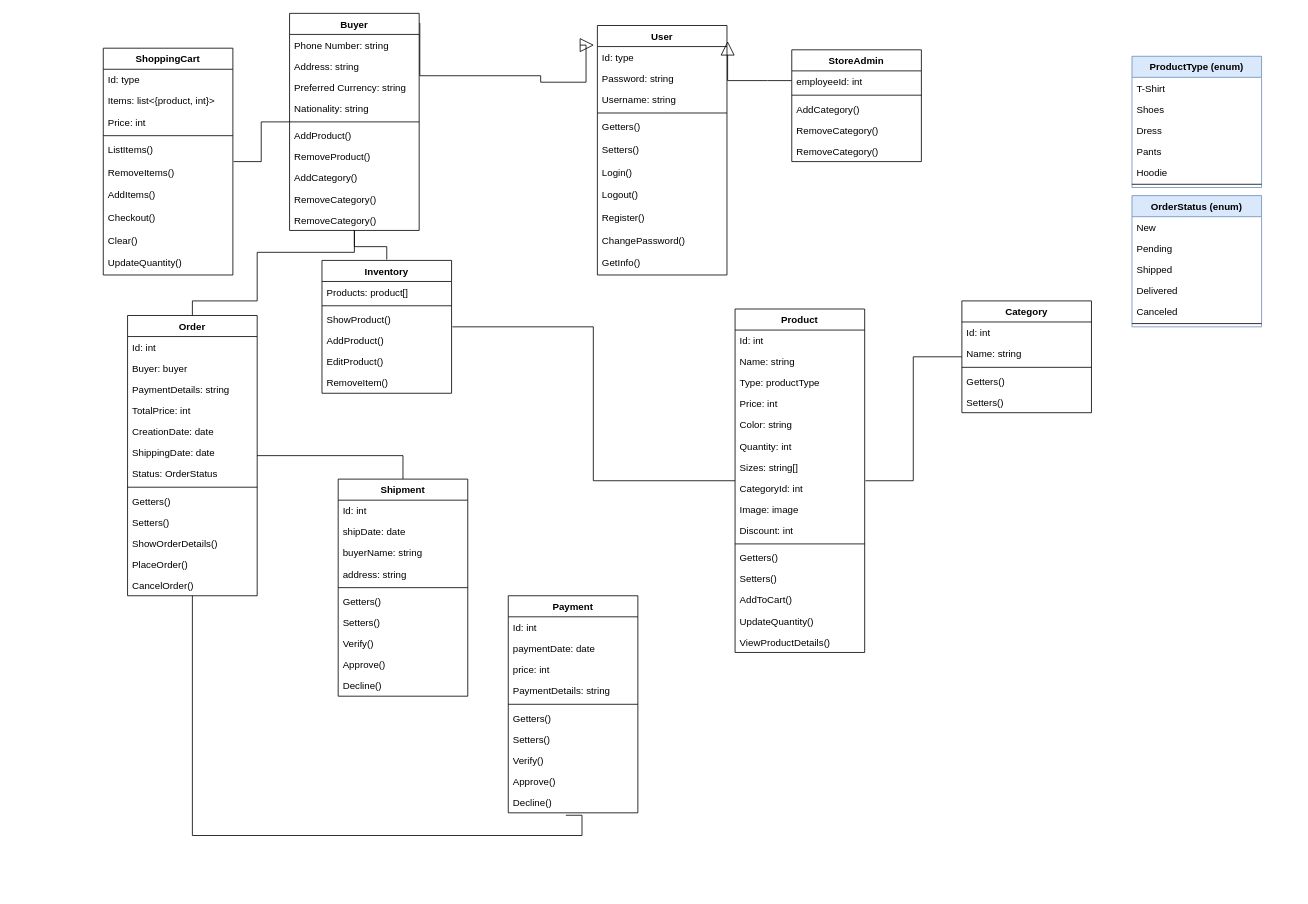
kokolight/EuroleagueAnalysis keeps this draw.io diagram as docs/ClassDiagram.drawio. Above is the earlier version. Source tidied: cells renumbered, new cells numbered last; positions are measured from the earlier drawing's top-left corner, leaving out a move shared by most shapes. Both pictures are drawn from the tidied source at 81%, with x=0, y=0 at pixel (103, 13).
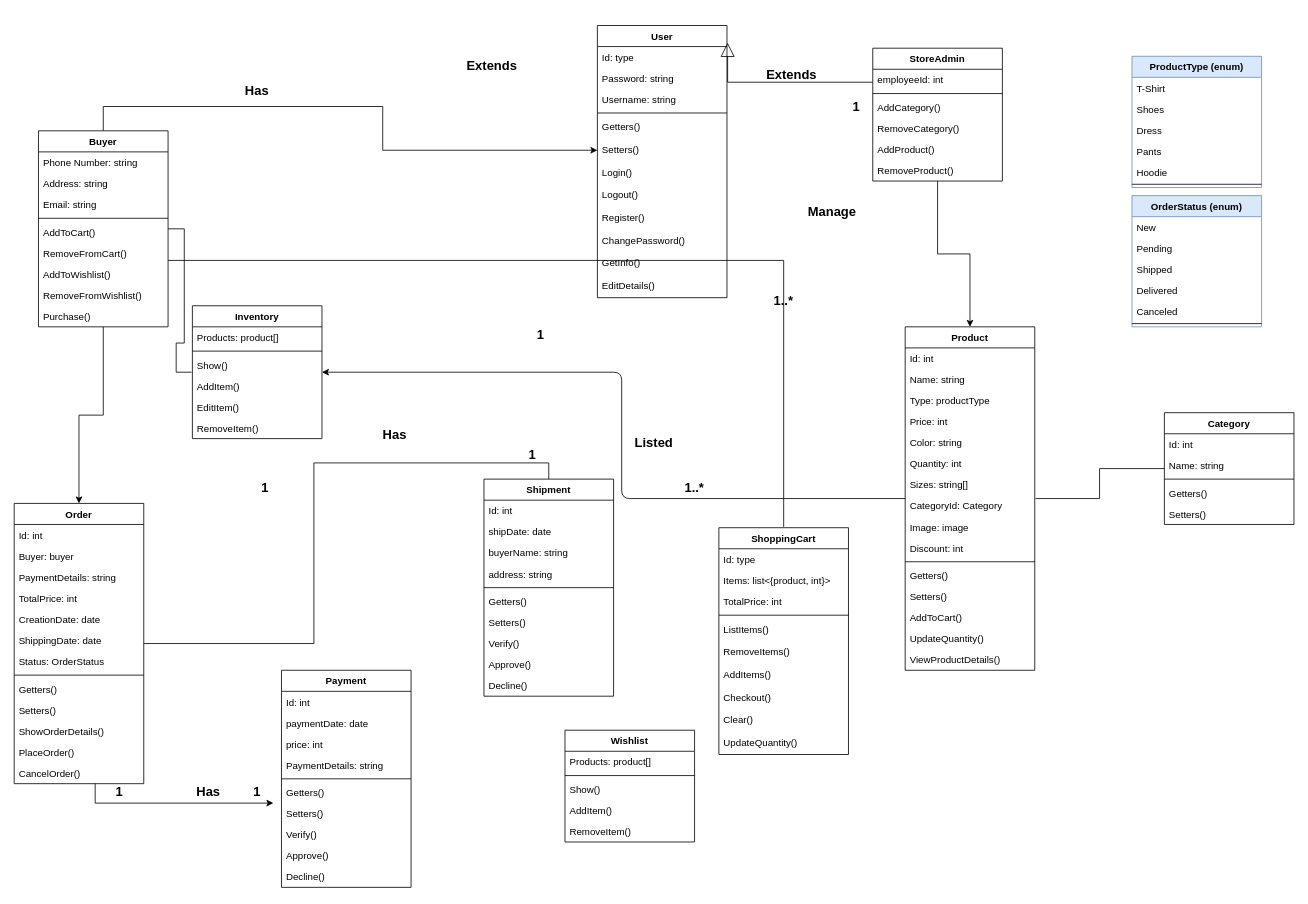
The same page after the edit.

The change refers to these unchanged cells:
```xml
<mxCell id="3" value="Id: type" style="text;strokeColor=none;fillColor=none;align=left;verticalAlign=top;spacingLeft=4;spacingRight=4;overflow=hidden;points=[[0,0.5],[1,0.5]];portConstraint=eastwest;" parent="2" vertex="1">
  <mxGeometry y="26" width="160" height="26" as="geometry" />
</mxCell>
<mxCell id="105" value="Decline()" style="text;align=left;verticalAlign=top;spacingLeft=4;spacingRight=4;overflow=hidden;points=[[0,0.5],[1,0.5]];portConstraint=eastwest;" parent="95" vertex="1">
  <mxGeometry y="242" width="160" height="26" as="geometry" />
</mxCell>
```

The edit, as a diff of the source:
```diff
@@
-    <mxCell id="2" value="User" style="swimlane;fontStyle=1;align=center;verticalAlign=top;horizontal=1;startSize=26;fontSize=12;" parent="1" vertex="1">
-      <mxGeometry x="610" y="15" width="160" height="308" as="geometry" />
+    <mxCell id="2" value="User" style="swimlane;fontStyle=1;align=center;verticalAlign=top;horizontal=1;startSize=26;fontSize=12;fillColor=#FFFFFF;swimlaneLine=1;rounded=0;glass=0;shadow=0;sketch=0;" parent="1" vertex="1">
+      <mxGeometry x="610" y="15" width="160" height="336" as="geometry" />
     </mxCell>
@@
+    <mxCell id="131" value="EditDetails()&#10;" style="text;strokeColor=none;fillColor=none;align=left;verticalAlign=top;spacingLeft=4;spacingRight=4;overflow=hidden;" parent="2" vertex="1">
+      <mxGeometry y="308" width="160" height="28" as="geometry" />
+    </mxCell>
     <mxCell id="14" value="ShoppingCart" style="swimlane;fontStyle=1;align=center;verticalAlign=top;horizontal=1;startSize=26;fontSize=12;" parent="1" vertex="1">
-      <mxGeometry y="43" width="160" height="280" as="geometry" />
+      <mxGeometry x="760" y="635" width="160" height="280" as="geometry" />
     </mxCell>
@@
-    <mxCell id="17" value="Price: int" style="text;strokeColor=none;fillColor=none;align=left;verticalAlign=top;spacingLeft=4;spacingRight=4;overflow=hidden;" parent="14" vertex="1">
+    <mxCell id="17" value="TotalPrice: int" style="text;strokeColor=none;fillColor=none;align=left;verticalAlign=top;spacingLeft=4;spacingRight=4;overflow=hidden;" parent="14" vertex="1">
       <mxGeometry y="78" width="160" height="26" as="geometry" />
     </mxCell>
@@
-    <mxCell id="25" value="Inventory" style="swimlane;fontStyle=1;align=center;verticalAlign=top;horizontal=1;startSize=26;fontSize=12;" parent="1" vertex="1">
-      <mxGeometry x="270" y="305" width="160" height="164" as="geometry" />
+    <mxCell id="25" value="Inventory" style="swimlane;fontStyle=1;align=center;verticalAlign=top;horizontal=1;startSize=26;fontSize=12;glass=0;" parent="1" vertex="1">
+      <mxGeometry x="110" y="361" width="160" height="164" as="geometry" />
     </mxCell>
@@
-    <mxCell id="28" value="ShowProduct()" style="text;strokeColor=none;fillColor=none;align=left;verticalAlign=top;spacingLeft=4;spacingRight=4;overflow=hidden;" parent="25" vertex="1">
+    <mxCell id="28" value="Show()" style="text;strokeColor=none;fillColor=none;align=left;verticalAlign=top;spacingLeft=4;spacingRight=4;overflow=hidden;" parent="25" vertex="1">
       <mxGeometry y="60" width="160" height="26" as="geometry" />
     </mxCell>
-    <mxCell id="29" value="AddProduct()" style="text;strokeColor=none;fillColor=none;align=left;verticalAlign=top;spacingLeft=4;spacingRight=4;overflow=hidden;" parent="25" vertex="1">
+    <mxCell id="29" value="AddItem()" style="text;strokeColor=none;fillColor=none;align=left;verticalAlign=top;spacingLeft=4;spacingRight=4;overflow=hidden;" parent="25" vertex="1">
       <mxGeometry y="86" width="160" height="26" as="geometry" />
     </mxCell>
-    <mxCell id="30" value="EditProduct()" style="text;strokeColor=none;fillColor=none;align=left;verticalAlign=top;spacingLeft=4;spacingRight=4;overflow=hidden;" parent="25" vertex="1">
+    <mxCell id="30" value="EditItem()" style="text;strokeColor=none;fillColor=none;align=left;verticalAlign=top;spacingLeft=4;spacingRight=4;overflow=hidden;" parent="25" vertex="1">
       <mxGeometry y="112" width="160" height="26" as="geometry" />
     </mxCell>
@@
-    <mxCell id="32" style="edgeStyle=orthogonalEdgeStyle;rounded=0;jettySize=auto;html=1;fontSize=12;startArrow=none;startFill=0;endArrow=none;endFill=0;startSize=15;endSize=15;targetPerimeterSpacing=1;strokeWidth=1;" parent="1" edge="1" source="33" target="25">
-      <mxGeometry relative="1" as="geometry" />
+    <mxCell id="32" style="jettySize=auto;html=1;fontSize=16;elbow=vertical;edgeStyle=orthogonalEdgeStyle;rounded=1;" parent="1" edge="1" source="33" target="25">
+      <mxGeometry relative="1" as="geometry">
+        <Array as="points">
+          <mxPoint x="640" y="599" />
+          <mxPoint x="640" y="443" />
+        </Array>
+      </mxGeometry>
     </mxCell>
     <mxCell id="33" value="Product" style="swimlane;fontStyle=1;align=center;verticalAlign=top;horizontal=1;startSize=26;fontSize=12;" parent="1" vertex="1">
-      <mxGeometry x="780" y="365" width="160" height="424" as="geometry" />
+      <mxGeometry x="990" y="387" width="160" height="424" as="geometry" />
     </mxCell>
@@
-    <mxCell id="41" value="CategoryId: int" style="text;align=left;verticalAlign=top;spacingLeft=4;spacingRight=4;overflow=hidden;rounded=0;shadow=0;html=0;" parent="33" vertex="1">
+    <mxCell id="41" value="CategoryId: Category" style="text;align=left;verticalAlign=top;spacingLeft=4;spacingRight=4;overflow=hidden;rounded=0;shadow=0;html=0;" parent="33" vertex="1">
       <mxGeometry y="208" width="160" height="26" as="geometry" />
     </mxCell>
@@
     <mxCell id="50" style="edgeStyle=orthogonalEdgeStyle;rounded=0;jettySize=auto;html=1;entryX=1.005;entryY=0.063;entryDx=0;entryDy=0;entryPerimeter=0;fontSize=12;startArrow=none;endArrow=block;endFill=0;endSize=15;strokeWidth=1;" parent="1" edge="1" source="51" target="2">
       <mxGeometry relative="1" as="geometry">
         <Array as="points">
-          <mxPoint x="820" y="83" />
-          <mxPoint x="820" y="83" />
+          <mxPoint x="771" y="85" />
         </Array>
       </mxGeometry>
     </mxCell>
+    <mxCell id="132" style="edgeStyle=orthogonalEdgeStyle;rounded=0;jettySize=auto;html=1;fontSize=16;" parent="1" edge="1" source="51" target="33">
+      <mxGeometry relative="1" as="geometry" />
+    </mxCell>
     <mxCell id="51" value="StoreAdmin" style="swimlane;fontStyle=1;align=center;verticalAlign=top;horizontal=1;startSize=26;fontSize=12;" parent="1" vertex="1">
-      <mxGeometry x="850" y="45" width="160" height="138" as="geometry" />
+      <mxGeometry x="950" y="43" width="160" height="164" as="geometry" />
     </mxCell>
@@
-    <mxCell id="56" value="RemoveCategory()" style="text;strokeColor=none;fillColor=none;align=left;verticalAlign=top;spacingLeft=4;spacingRight=4;overflow=hidden;" parent="51" vertex="1">
+    <mxCell id="56" value="AddProduct()" style="text;strokeColor=none;fillColor=none;align=left;verticalAlign=top;spacingLeft=4;spacingRight=4;overflow=hidden;" parent="51" vertex="1">
       <mxGeometry y="112" width="160" height="26" as="geometry" />
     </mxCell>
-    <mxCell id="57" style="edgeStyle=orthogonalEdgeStyle;rounded=0;jettySize=auto;html=1;entryX=-0.026;entryY=-0.071;entryDx=0;entryDy=0;entryPerimeter=0;fontSize=12;endArrow=block;endFill=0;strokeWidth=1;endSize=15;exitX=1.005;exitY=0.044;exitDx=0;exitDy=0;exitPerimeter=0;" parent="1" edge="1" source="61" target="3">
-      <mxGeometry relative="1" as="geometry">
-        <Array as="points">
-          <mxPoint x="540" y="77" />
-          <mxPoint x="540" y="85" />
-          <mxPoint x="596" y="85" />
-        </Array>
-      </mxGeometry>
-    </mxCell>
+    <mxCell id="68" value="RemoveProduct()" style="text;strokeColor=none;fillColor=none;align=left;verticalAlign=top;spacingLeft=4;spacingRight=4;overflow=hidden;" parent="51" vertex="1">
+      <mxGeometry y="138" width="160" height="26" as="geometry" />
+    </mxCell>
@@
     <mxCell id="59" style="edgeStyle=orthogonalEdgeStyle;rounded=0;jettySize=auto;html=1;fontSize=12;startArrow=none;startFill=0;endArrow=none;endFill=0;startSize=15;endSize=15;targetPerimeterSpacing=1;strokeWidth=1;" parent="1" edge="1" source="61" target="14">
-      <mxGeometry relative="1" as="geometry" />
+      <mxGeometry relative="1" as="geometry">
+        <Array as="points">
+          <mxPoint x="840" y="305" />
+        </Array>
+      </mxGeometry>
     </mxCell>
-    <mxCell id="60" style="edgeStyle=orthogonalEdgeStyle;rounded=0;jettySize=auto;html=1;entryX=0.5;entryY=0;entryDx=0;entryDy=0;fontSize=12;startArrow=none;startFill=0;endArrow=none;endFill=0;startSize=15;endSize=15;targetPerimeterSpacing=1;strokeWidth=1;" parent="1" edge="1" source="61" target="81">
-      <mxGeometry relative="1" as="geometry">
-        <Array as="points">
-          <mxPoint x="310" y="295" />
-          <mxPoint x="190" y="295" />
-          <mxPoint x="190" y="355" />
-          <mxPoint x="110" y="355" />
-        </Array>
-      </mxGeometry>
+    <mxCell id="60" style="edgeStyle=orthogonalEdgeStyle;rounded=0;jettySize=auto;html=1;fontSize=16;" parent="1" edge="1" source="61" target="81">
+      <mxGeometry relative="1" as="geometry" />
     </mxCell>
+    <mxCell id="133" style="edgeStyle=orthogonalEdgeStyle;rounded=0;jettySize=auto;html=1;fontSize=16;" parent="1" edge="1" source="61" target="2">
+      <mxGeometry relative="1" as="geometry">
+        <Array as="points">
+          <mxPoint y="115" />
+          <mxPoint x="345" y="115" />
+          <mxPoint x="345" y="169" />
+        </Array>
+      </mxGeometry>
+    </mxCell>
     <mxCell id="61" value="Buyer" style="swimlane;fontStyle=1;align=center;verticalAlign=top;horizontal=1;startSize=26;fontSize=12;" parent="1" vertex="1">
-      <mxGeometry x="230" width="160" height="268" as="geometry" />
+      <mxGeometry x="-80" y="145" width="160" height="242" as="geometry" />
     </mxCell>
@@
-    <mxCell id="64" value="Preferred Currency: string" style="text;align=left;verticalAlign=top;spacingLeft=4;spacingRight=4;overflow=hidden;html=0;fontSize=12;" parent="61" vertex="1">
-      <mxGeometry y="78" width="160" height="26" as="geometry" />
-    </mxCell>
-    <mxCell id="65" value="Nationality: string" style="text;align=left;verticalAlign=top;spacingLeft=4;spacingRight=4;overflow=hidden;html=0;fontSize=12;" parent="61" vertex="1">
-      <mxGeometry y="104" width="160" height="26" as="geometry" />
-    </mxCell>
+    <mxCell id="134" value="Email: string&#10;" style="text;align=left;verticalAlign=top;spacingLeft=4;spacingRight=4;overflow=hidden;html=0;fontSize=12;" parent="61" vertex="1">
+      <mxGeometry y="78" width="160" height="26" as="geometry" />
+    </mxCell>
     <mxCell id="66" style="line;strokeWidth=1;fillColor=none;align=left;verticalAlign=middle;spacingTop=-1;spacingLeft=3;spacingRight=3;labelPosition=right;" parent="61" vertex="1">
-      <mxGeometry y="130" width="160" height="8" as="geometry" />
+      <mxGeometry y="104" width="160" height="8" as="geometry" />
     </mxCell>
-    <mxCell id="67" value="AddProduct()" style="text;strokeColor=none;fillColor=none;align=left;verticalAlign=top;spacingLeft=4;spacingRight=4;overflow=hidden;" parent="61" vertex="1">
-      <mxGeometry y="138" width="160" height="26" as="geometry" />
-    </mxCell>
-    <mxCell id="68" value="RemoveProduct()" style="text;strokeColor=none;fillColor=none;align=left;verticalAlign=top;spacingLeft=4;spacingRight=4;overflow=hidden;" parent="61" vertex="1">
-      <mxGeometry y="164" width="160" height="26" as="geometry" />
-    </mxCell>
-    <mxCell id="69" value="AddCategory()" style="text;strokeColor=none;fillColor=none;align=left;verticalAlign=top;spacingLeft=4;spacingRight=4;overflow=hidden;" parent="61" vertex="1">
-      <mxGeometry y="190" width="160" height="26" as="geometry" />
-    </mxCell>
-    <mxCell id="70" value="RemoveCategory()" style="text;strokeColor=none;fillColor=none;align=left;verticalAlign=top;spacingLeft=4;spacingRight=4;overflow=hidden;" parent="61" vertex="1">
-      <mxGeometry y="216" width="160" height="26" as="geometry" />
-    </mxCell>
-    <mxCell id="71" value="RemoveCategory()" style="text;strokeColor=none;fillColor=none;align=left;verticalAlign=top;spacingLeft=4;spacingRight=4;overflow=hidden;" parent="61" vertex="1">
-      <mxGeometry y="242" width="160" height="26" as="geometry" />
-    </mxCell>
+    <mxCell id="135" value="AddToCart()" style="text;align=left;verticalAlign=top;spacingLeft=4;spacingRight=4;overflow=hidden;html=0;fontSize=12;" parent="61" vertex="1">
+      <mxGeometry y="112" width="160" height="26" as="geometry" />
+    </mxCell>
+    <mxCell id="136" value="RemoveFromCart()" style="text;align=left;verticalAlign=top;spacingLeft=4;spacingRight=4;overflow=hidden;html=0;fontSize=12;" parent="61" vertex="1">
+      <mxGeometry y="138" width="160" height="26" as="geometry" />
+    </mxCell>
+    <mxCell id="137" value="AddToWishlist()" style="text;align=left;verticalAlign=top;spacingLeft=4;spacingRight=4;overflow=hidden;html=0;fontSize=12;" parent="61" vertex="1">
+      <mxGeometry y="164" width="160" height="26" as="geometry" />
+    </mxCell>
+    <mxCell id="138" value="RemoveFromWishlist()" style="text;align=left;verticalAlign=top;spacingLeft=4;spacingRight=4;overflow=hidden;html=0;fontSize=12;" parent="61" vertex="1">
+      <mxGeometry y="190" width="160" height="26" as="geometry" />
+    </mxCell>
+    <mxCell id="139" value="Purchase()" style="text;align=left;verticalAlign=top;spacingLeft=4;spacingRight=4;overflow=hidden;html=0;fontSize=12;" parent="61" vertex="1">
+      <mxGeometry y="216" width="160" height="26" as="geometry" />
+    </mxCell>
@@
     <mxCell id="73" value="Category" style="swimlane;fontStyle=1;align=center;verticalAlign=top;horizontal=1;startSize=26;fontSize=12;" parent="1" vertex="1">
-      <mxGeometry x="1060" y="355" width="160" height="138" as="geometry" />
+      <mxGeometry x="1310" y="493" width="160" height="138" as="geometry" />
     </mxCell>
@@
-    <mxCell id="80" style="edgeStyle=orthogonalEdgeStyle;rounded=0;jettySize=auto;html=1;entryX=0.444;entryY=1.115;entryDx=0;entryDy=0;entryPerimeter=0;fontSize=12;startArrow=none;startFill=0;endArrow=none;endFill=0;startSize=15;endSize=15;targetPerimeterSpacing=1;strokeWidth=1;" parent="1" edge="1" source="81" target="105">
-      <mxGeometry relative="1" as="geometry">
-        <Array as="points">
-          <mxPoint x="110" y="1015" />
-          <mxPoint x="591" y="1015" />
-        </Array>
-      </mxGeometry>
-    </mxCell>
+    <mxCell id="140" style="edgeStyle=orthogonalEdgeStyle;rounded=0;jettySize=auto;html=1;fontSize=16;" parent="1" edge="1" source="81">
+      <mxGeometry relative="1" as="geometry">
+        <mxPoint x="210" y="975" as="targetPoint" />
+        <Array as="points">
+          <mxPoint x="-10" y="845" />
+        </Array>
+      </mxGeometry>
+    </mxCell>
     <mxCell id="81" value="Order" style="swimlane;fontStyle=1;align=center;verticalAlign=top;horizontal=1;startSize=26;fontSize=12;" parent="1" vertex="1">
-      <mxGeometry x="30" y="373" width="160" height="346" as="geometry" />
+      <mxGeometry x="-110" y="605" width="160" height="346" as="geometry" />
     </mxCell>
@@
     <mxCell id="95" value="Payment" style="swimlane;fontStyle=1;align=center;verticalAlign=top;horizontal=1;startSize=26;fontSize=12;" parent="1" vertex="1">
-      <mxGeometry x="500" y="719" width="160" height="268" as="geometry" />
+      <mxGeometry x="220" y="811" width="160" height="268" as="geometry" />
     </mxCell>
@@
     <mxCell id="106" value="Shipment" style="swimlane;fontStyle=1;align=center;verticalAlign=top;horizontal=1;startSize=26;fontSize=12;" parent="1" vertex="1">
-      <mxGeometry x="290" y="575" width="160" height="268" as="geometry" />
+      <mxGeometry x="470" y="575" width="160" height="268" as="geometry" />
     </mxCell>
@@
+    <mxCell id="141" value="Wishlist" style="swimlane;fontStyle=1;align=center;verticalAlign=top;horizontal=1;startSize=26;fontSize=12;" parent="1" vertex="1">
+      <mxGeometry x="570" y="885" width="160" height="138" as="geometry" />
+    </mxCell>
+    <mxCell id="142" value="Products: product[]" style="text;strokeColor=none;fillColor=none;align=left;verticalAlign=top;spacingLeft=4;spacingRight=4;overflow=hidden;" parent="141" vertex="1">
+      <mxGeometry y="26" width="160" height="26" as="geometry" />
+    </mxCell>
+    <mxCell id="143" style="line;strokeWidth=1;fillColor=none;align=left;verticalAlign=middle;spacingTop=-1;spacingLeft=3;spacingRight=3;labelPosition=right;" parent="141" vertex="1">
+      <mxGeometry y="52" width="160" height="8" as="geometry" />
+    </mxCell>
+    <mxCell id="144" value="Show()" style="text;strokeColor=none;fillColor=none;align=left;verticalAlign=top;spacingLeft=4;spacingRight=4;overflow=hidden;" parent="141" vertex="1">
+      <mxGeometry y="60" width="160" height="26" as="geometry" />
+    </mxCell>
+    <mxCell id="145" value="AddItem()" style="text;strokeColor=none;fillColor=none;align=left;verticalAlign=top;spacingLeft=4;spacingRight=4;overflow=hidden;" parent="141" vertex="1">
+      <mxGeometry y="86" width="160" height="26" as="geometry" />
+    </mxCell>
+    <mxCell id="146" value="RemoveItem()" style="text;strokeColor=none;fillColor=none;align=left;verticalAlign=top;spacingLeft=4;spacingRight=4;overflow=hidden;" parent="141" vertex="1">
+      <mxGeometry y="112" width="160" height="26" as="geometry" />
+    </mxCell>
+    <mxCell id="147" value="1" style="text;html=1;strokeColor=none;fillColor=none;align=center;verticalAlign=middle;whiteSpace=wrap;rounded=0;fontSize=16;fontStyle=1;" parent="1" vertex="1">
+      <mxGeometry x="180" y="575" width="40" height="20" as="geometry" />
+    </mxCell>
+    <mxCell id="148" value="1" style="text;html=1;strokeColor=none;fillColor=none;align=center;verticalAlign=middle;whiteSpace=wrap;rounded=0;fontSize=16;fontStyle=1;" parent="1" vertex="1">
+      <mxGeometry y="951" width="40" height="20" as="geometry" />
+    </mxCell>
+    <mxCell id="149" value="1" style="text;html=1;fillColor=none;align=center;verticalAlign=middle;whiteSpace=wrap;rounded=0;fontSize=16;fontStyle=1;" parent="1" vertex="1">
+      <mxGeometry x="170" y="951" width="40" height="20" as="geometry" />
+    </mxCell>
+    <mxCell id="150" value="Has" style="text;html=1;strokeColor=none;fillColor=none;align=center;verticalAlign=middle;whiteSpace=wrap;rounded=0;fontSize=16;fontStyle=1;" parent="1" vertex="1">
+      <mxGeometry x="110" y="951" width="40" height="20" as="geometry" />
+    </mxCell>
+    <mxCell id="151" value="Has" style="text;html=1;strokeColor=none;fillColor=none;align=center;verticalAlign=middle;whiteSpace=wrap;rounded=0;fontSize=16;fontStyle=1;" parent="1" vertex="1">
+      <mxGeometry x="340" y="510" width="40" height="20" as="geometry" />
+    </mxCell>
+    <mxCell id="152" value="1" style="text;html=1;strokeColor=none;fillColor=none;align=center;verticalAlign=middle;whiteSpace=wrap;rounded=0;fontSize=16;fontStyle=1;" parent="1" vertex="1">
+      <mxGeometry x="510" y="535" width="40" height="20" as="geometry" />
+    </mxCell>
+    <mxCell id="153" value="Manage" style="text;html=1;strokeColor=none;fillColor=none;align=center;verticalAlign=middle;whiteSpace=wrap;rounded=0;fontSize=16;fontStyle=1;" parent="1" vertex="1">
+      <mxGeometry x="880" y="235" width="40" height="20" as="geometry" />
+    </mxCell>
+    <mxCell id="154" value="Extends" style="text;html=1;strokeColor=none;fillColor=none;align=center;verticalAlign=middle;whiteSpace=wrap;rounded=0;fontSize=16;fontStyle=1;" parent="1" vertex="1">
+      <mxGeometry x="830" y="65" width="40" height="20" as="geometry" />
+    </mxCell>
+    <mxCell id="155" value="Extends" style="text;html=1;strokeColor=none;fillColor=none;align=center;verticalAlign=middle;whiteSpace=wrap;rounded=0;fontSize=16;fontStyle=1;" parent="1" vertex="1">
+      <mxGeometry x="460" y="55" width="40" height="20" as="geometry" />
+    </mxCell>
+    <mxCell id="156" value="Listed" style="text;html=1;strokeColor=none;fillColor=none;align=center;verticalAlign=middle;whiteSpace=wrap;rounded=0;fontSize=16;fontStyle=1;" parent="1" vertex="1">
+      <mxGeometry x="660" y="520" width="40" height="20" as="geometry" />
+    </mxCell>
+    <mxCell id="157" value="1" style="text;html=1;strokeColor=none;fillColor=none;align=center;verticalAlign=middle;whiteSpace=wrap;rounded=0;fontSize=16;fontStyle=1;" parent="1" vertex="1">
+      <mxGeometry x="520" y="387" width="40" height="20" as="geometry" />
+    </mxCell>
+    <mxCell id="158" value="1..*" style="text;html=1;strokeColor=none;fillColor=none;align=center;verticalAlign=middle;whiteSpace=wrap;rounded=0;fontSize=16;fontStyle=1;" parent="1" vertex="1">
+      <mxGeometry x="710" y="575" width="40" height="20" as="geometry" />
+    </mxCell>
+    <mxCell id="159" value="1" style="text;html=1;strokeColor=none;fillColor=none;align=center;verticalAlign=middle;whiteSpace=wrap;rounded=0;fontSize=16;fontStyle=1;" parent="1" vertex="1">
+      <mxGeometry x="910" y="105" width="40" height="20" as="geometry" />
+    </mxCell>
+    <mxCell id="160" value="1..*" style="text;html=1;strokeColor=none;fillColor=none;align=center;verticalAlign=middle;whiteSpace=wrap;rounded=0;fontSize=16;fontStyle=1;" parent="1" vertex="1">
+      <mxGeometry x="820" y="345" width="40" height="20" as="geometry" />
+    </mxCell>
+    <mxCell id="161" value="Has" style="text;html=1;strokeColor=none;fillColor=none;align=center;verticalAlign=middle;whiteSpace=wrap;rounded=0;fontSize=16;fontStyle=1;" parent="1" vertex="1">
+      <mxGeometry x="170" y="85" width="40" height="20" as="geometry" />
+    </mxCell>
```
